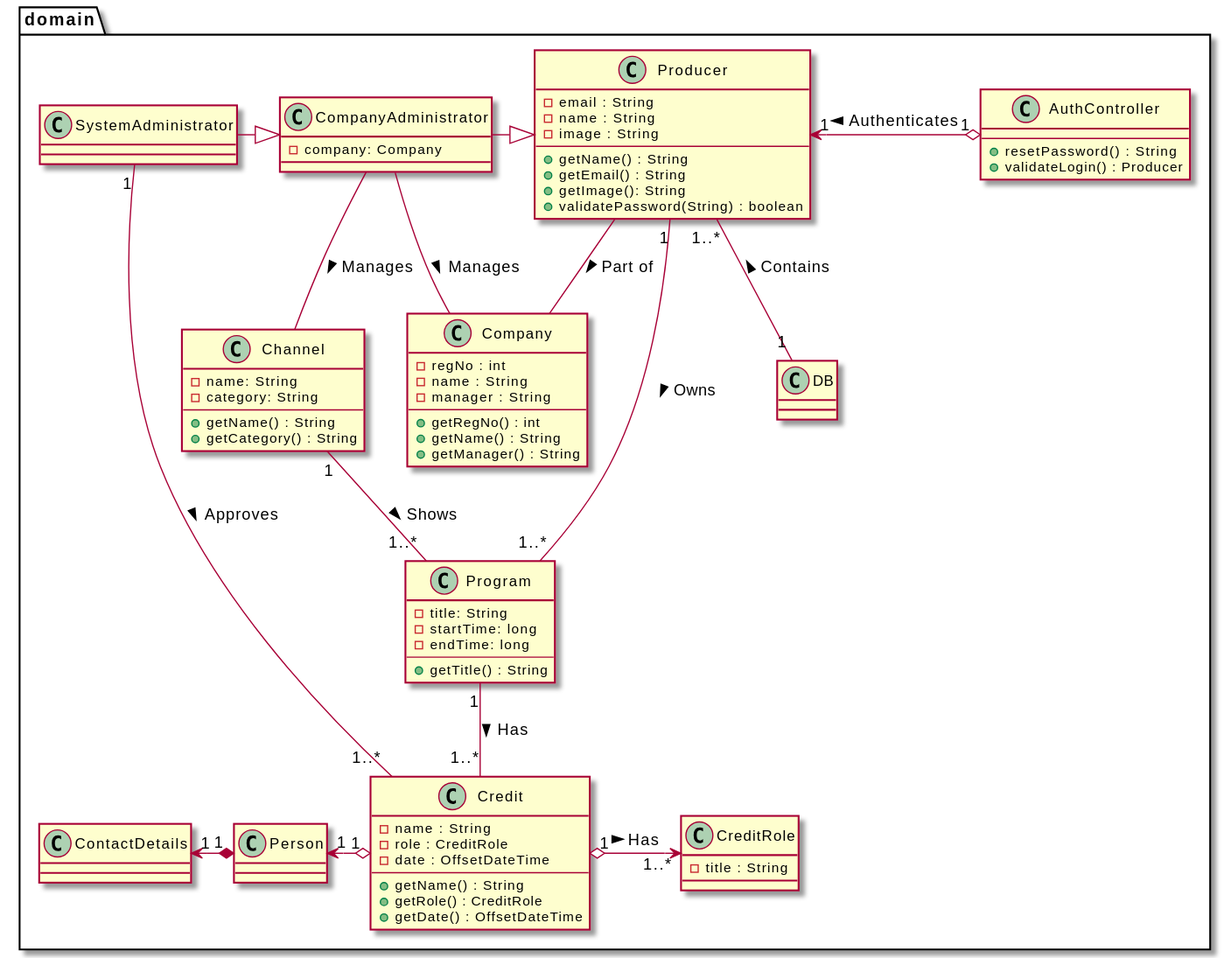
The PlantUML diagram uml/class_diagrams/domain_model/domain_model_extended.svg in amatzen/SE02-SE-G02-SPRO, before a commit. The source it was exported from:
```plantuml
@startuml

package "domain" {
    class Producer {
        - email : String
        - name : String
        - image : String
        --
        + getName() : String
        + getEmail() : String
        + getImage(): String
        + validatePassword(String) : boolean
    }

    class CompanyAdministrator {
        - company: Company
    }

    class SystemAdministrator {
    }

    class Company {
        - regNo : int
        - name : String
        - manager : String
        --
        + getRegNo() : int
        + getName() : String
        + getManager() : String
    }

    class Channel {
        - name: String
        - category: String
        --
        + getName() : String
        + getCategory() : String
    }

    class Program {
        - title: String
        -startTime: long
        -endTime: long
        --
        + getTitle() : String
    }

    class CreditRole {
        - title : String
    }


    class Credit {
        - name : String
        - role : CreditRole
        - date : OffsetDateTime
        --
        + getName() : String
        + getRole() : CreditRole
        + getDate() : OffsetDateTime
    }

    class AuthController {
        --
        + resetPassword() : String
        + validateLogin() : Producer
    }

    class DB {
    }

    class Person {
    }

    class ContactDetails {
    }
}

SystemAdministrator "1" -- "1..*" Credit : "Approves >"
SystemAdministrator -|> CompanyAdministrator

CompanyAdministrator -|> Producer
CompanyAdministrator -- Company : "Manages >"
CompanyAdministrator -- Channel : "Manages >"

Producer "1" -- "1..*" Program : "Owns >"
Producer "1" <-o "1" AuthController : "Authenticates <"
Producer -- Company : "Part of >"
Producer "1..*" -- "1" DB : "Contains <"

Channel "1" -- "1..*" Program : "Shows >"

Credit "1" o-> "1..*" CreditRole : "Has >"

Program "1" -- "1..*" Credit : "Has >"

Person "1" <-o "1" Credit
ContactDetails "1" <-* "1" Person

@enduml
```
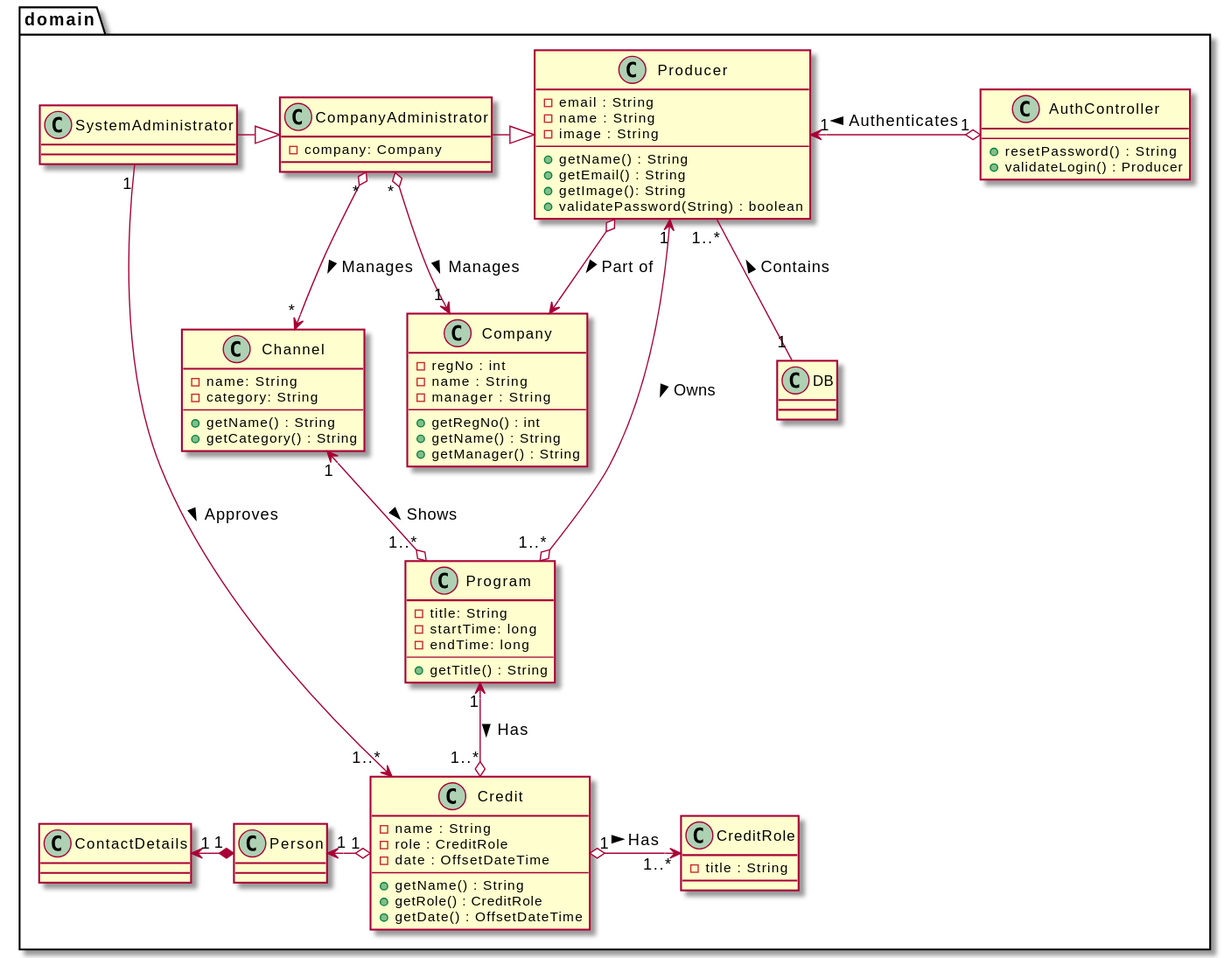
Later version of the same file.

What changed in the source:
```diff
@@ -76,23 +76,23 @@
     }
 }
 
-SystemAdministrator "1" -- "1..*" Credit : "Approves >"
+SystemAdministrator "1" --> "1..*" Credit : "Approves >"
 SystemAdministrator -|> CompanyAdministrator
 
 CompanyAdministrator -|> Producer
-CompanyAdministrator -- Company : "Manages >"
-CompanyAdministrator -- Channel : "Manages >"
+CompanyAdministrator "*" o--> "1" Company : "Manages >"
+CompanyAdministrator "*" o--> "*" Channel : "Manages >"
 
-Producer "1" -- "1..*" Program : "Owns >"
+Producer "1" <--o "1..*" Program : "Owns >"
 Producer "1" <-o "1" AuthController : "Authenticates <"
-Producer -- Company : "Part of >"
+Producer o--> Company : "Part of >"
 Producer "1..*" -- "1" DB : "Contains <"
 
-Channel "1" -- "1..*" Program : "Shows >"
+Channel "1" <--o "1..*" Program : "Shows >"
 
 Credit "1" o-> "1..*" CreditRole : "Has >"
 
-Program "1" -- "1..*" Credit : "Has >"
+Program "1" <--o "1..*" Credit : "Has >"
 
 Person "1" <-o "1" Credit
 ContactDetails "1" <-* "1" Person
```
